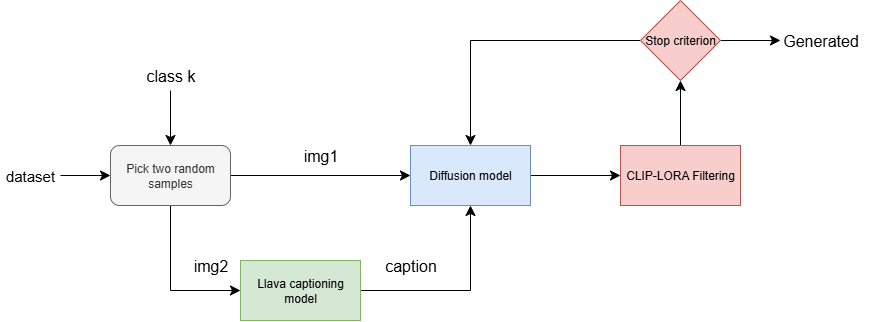
Frasor2002/DL_Project keeps this draw.io diagram as report_diagrams/our_disef_pipeline.png. Above is the earlier version. Source tidied: cells renumbered, new cells last; positions are measured from the earlier drawing's top-left corner, leaving out a move shared by most shapes.
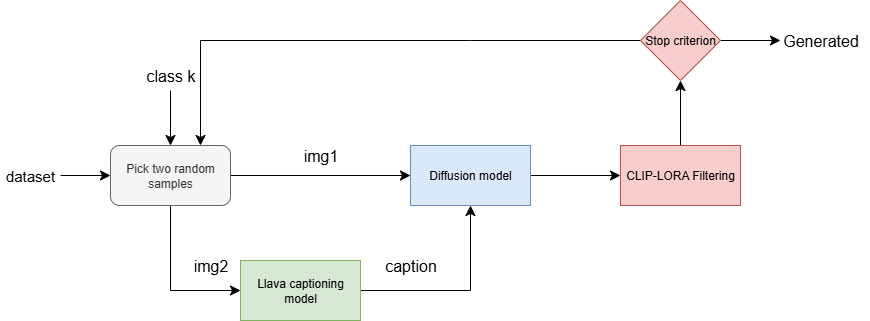
The same file after the commit.

The edit, as a diff of the source:
```diff
@@ -68,10 +68,11 @@
         <mxPoint x="780" y="40" as="targetPoint" />
       </mxGeometry>
     </mxCell>
-    <mxCell id="19" style="edgeStyle=none;curved=0;rounded=0;jettySize=auto;html=1;entryX=0.5;entryY=0;entryDx=0;entryDy=0;fontSize=12;startSize=8;endSize=8;" parent="1" edge="1" source="20" target="12">
+    <mxCell id="19" style="edgeStyle=none;curved=0;rounded=0;jettySize=auto;html=1;entryX=0.75;entryY=0;entryDx=0;entryDy=0;fontSize=12;startSize=8;endSize=8;" parent="1" edge="1" source="20" target="6">
       <mxGeometry relative="1" as="geometry">
         <Array as="points">
           <mxPoint x="470" y="40" />
+          <mxPoint x="200" y="40" />
         </Array>
       </mxGeometry>
     </mxCell>
```
